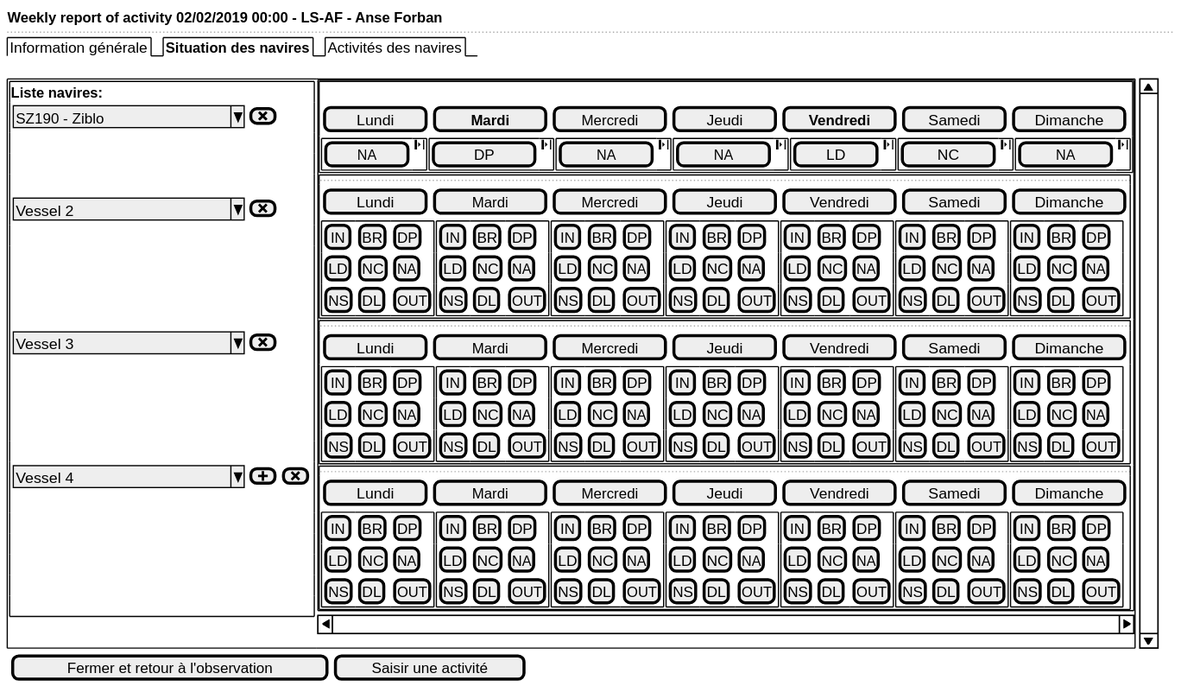
sumaris-net/sumaris-doc keeps this PlantUML diagram as use-case/collect/trip/weekly-ui-situation-desktop.svg. Above is the earlier version. Its source is kept beside it as use-case/collect/trip/weekly-ui-situation-desktop.puml. The source it was exported from:
```plantuml
@startsalt
{
  <b>Weekly report of activity 02/02/2019 00:00 - LS-AF - Anse Forban
  ..
  {/ Information générale | <b>Situation des navires | Activités des navires }
  .
  {SI
      {
      {+
          <b>Liste navires:
          {{ ^SZ190 - Ziblo         ^ | [<&x>]}}
          .
          .
          .
          {{ ^Vessel 2              ^ | [<&x>]}}
          .
          .
          .
          .
          .
          {{ ^Vessel 3              ^ | [<&x>]}}
          .
          .
          .
          .
          .
          {{ ^Vessel 4              ^ | [<&plus>] | [<&x>]}}
          .
          .
          .
          .
          .
          .
      }
      } |
      {S-
          {+
            {
                .
                [Lundi     ] | [<b>Mardi   ] | [Mercredi   ] | [Jeudi     ] | [<b>Vendredi] | [Samedi    ] | [Dimanche   ]
            }
                {
                    {+
                        [NA      ] | <&collapse-right>
                    } |
                    {+
                        [DP        ] | <&collapse-right>
                    } |
                    {+
                        [NA       ] | <&collapse-right>
                    } |
                    {+
                        [NA       ] | <&collapse-right>
                    } |
                    {+
                        [LD      ] | <&collapse-right>
                    } |
                    {+
                        [NC       ] | <&collapse-right>
                    } |
                    {+
                        [NA       ] | <&collapse-right>
                    } |
                }
          }
          {+
            ..
            {
                [Lundi     ] | [   Mardi   ] | [Mercredi   ] | [Jeudi     ] | [   Vendredi] | [Samedi    ] | [Dimanche   ]
            }
                {
                    {+
                        [IN] | [BR] | [DP]
                        [LD] | [NC] | [NA]
                        [NS] | [DL] | [OUT]
                    } |
                    {+
                        [IN] | [BR] | [DP]
                        [LD] | [NC] | [NA]
                        [NS] | [DL] | [OUT]
                    } |
                            {+
                                [IN] | [BR] | [DP]
                                [LD] | [NC] | [NA]
                                [NS] | [DL] | [OUT]
                            } |
                    {+
                        [IN] | [BR] | [DP]
                        [LD] | [NC] | [NA]
                        [NS] | [DL] | [OUT]
                    } |
                    {+
                        [IN] | [BR] | [DP]
                        [LD] | [NC] | [NA]
                        [NS] | [DL] | [OUT]
                    } |
                    {+
                        [IN] | [BR] | [DP]
                        [LD] | [NC] | [NA]
                        [NS] | [DL] | [OUT]
                    } |
                    {+
                        [IN] | [BR] | [DP]
                        [LD] | [NC] | [NA]
                        [NS] | [DL] | [OUT]
                    }
                }
          }
          {+
            ..
            {
                [Lundi     ] | [   Mardi   ] | [Mercredi   ] | [Jeudi     ] | [   Vendredi] | [Samedi    ] | [Dimanche   ]
            }
                {
                    {+
                        [IN] | [BR] | [DP]
                        [LD] | [NC] | [NA]
                        [NS] | [DL] | [OUT]
                    } |
                    {+
                        [IN] | [BR] | [DP]
                        [LD] | [NC] | [NA]
                        [NS] | [DL] | [OUT]
                    } |
                            {+
                                [IN] | [BR] | [DP]
                                [LD] | [NC] | [NA]
                                [NS] | [DL] | [OUT]
                            } |
                    {+
                        [IN] | [BR] | [DP]
                        [LD] | [NC] | [NA]
                        [NS] | [DL] | [OUT]
                    } |
                    {+
                        [IN] | [BR] | [DP]
                        [LD] | [NC] | [NA]
                        [NS] | [DL] | [OUT]
                    } |
                    {+
                        [IN] | [BR] | [DP]
                        [LD] | [NC] | [NA]
                        [NS] | [DL] | [OUT]
                    } |
                    {+
                        [IN] | [BR] | [DP]
                        [LD] | [NC] | [NA]
                        [NS] | [DL] | [OUT]
                    }
                }
          }
          {+
            ..
            {
                [Lundi     ] | [   Mardi   ] | [Mercredi   ] | [Jeudi     ] | [   Vendredi] | [Samedi    ] | [Dimanche   ]
            }
                {
                    {+
                        [IN] | [BR] | [DP]
                        [LD] | [NC] | [NA]
                        [NS] | [DL] | [OUT]
                    } |
                    {+
                        [IN] | [BR] | [DP]
                        [LD] | [NC] | [NA]
                        [NS] | [DL] | [OUT]
                    } |
                            {+
                                [IN] | [BR] | [DP]
                                [LD] | [NC] | [NA]
                                [NS] | [DL] | [OUT]
                            } |
                    {+
                        [IN] | [BR] | [DP]
                        [LD] | [NC] | [NA]
                        [NS] | [DL] | [OUT]
                    } |
                    {+
                        [IN] | [BR] | [DP]
                        [LD] | [NC] | [NA]
                        [NS] | [DL] | [OUT]
                    } |
                    {+
                        [IN] | [BR] | [DP]
                        [LD] | [NC] | [NA]
                        [NS] | [DL] | [OUT]
                    } |
                    {+
                        [IN] | [BR] | [DP]
                        [LD] | [NC] | [NA]
                        [NS] | [DL] | [OUT]
                    }
                }
          }
      }
  }
  {{[Fermer et retour à l'observation] | [Saisir une activité]}}
}
@endsalt
```
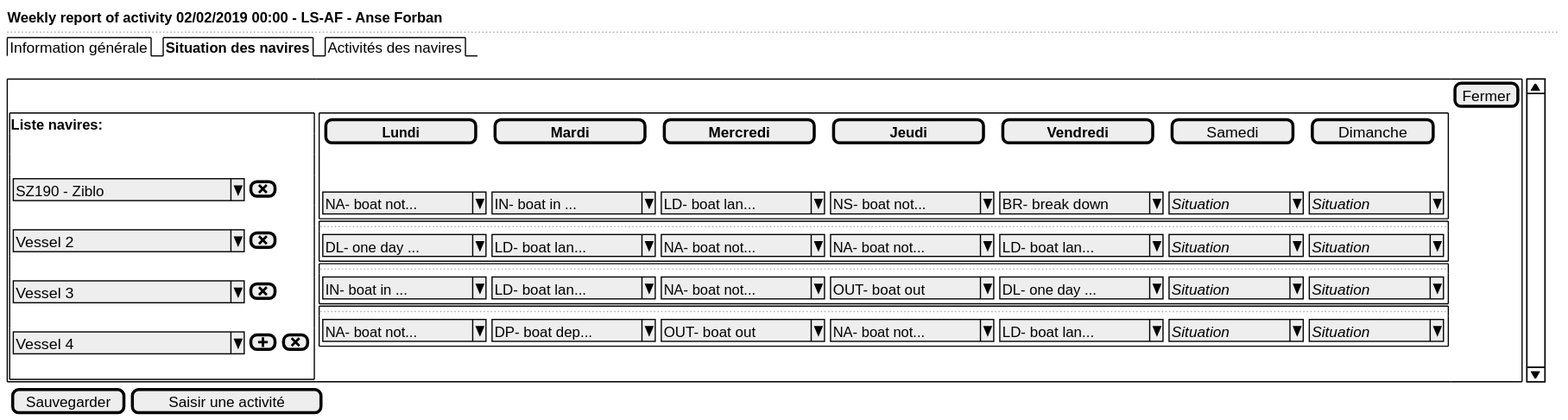
The same diagram one commit later.

Commit message:
updating collect.md and updating weekly situation and weekly activity screens

Diff of the diagram source:
```diff
@@ -4,196 +4,51 @@
   ..
   {/ Information générale | <b>Situation des navires | Activités des navires }
   .
-  {SI
+  {SI .| .| [Fermer]
       {
       {+
           <b>Liste navires:
-          {{ ^SZ190 - Ziblo         ^ | [<&x>]}}
           .
           .
+          {{ ^SZ190 - Ziblo         ^ | [<&x>]}}
           .
           {{ ^Vessel 2              ^ | [<&x>]}}
           .
-          .
-          .
-          .
-          .
           {{ ^Vessel 3              ^ | [<&x>]}}
-          .
-          .
-          .
-          .
           .
           {{ ^Vessel 4              ^ | [<&plus>] | [<&x>]}}
           .
-          .
-          .
-          .
-          .
-          .
       }
       } |
-      {S-
+      {
           {+
             {
+                {[<b>Lundi       ]} | {[<b>Mardi       ]} | {[<b>Mercredi    ]} | {[<b>Jeudi       ]} | {[<b>Vendredi    ]} | {[Samedi      ]} | {[Dimanche    ]}
                 .
-                [Lundi     ] | [<b>Mardi   ] | [Mercredi   ] | [Jeudi     ] | [<b>Vendredi] | [Samedi    ] | [Dimanche   ]
+                .
+                { ^NA- boat not...^} | { ^IN- boat in ...^} | { ^LD- boat lan...^} | { ^NS- boat not...^} | { ^BR- break down ^} | { ^<i>Situation^} | { ^<i>Situation^}
             }
+          }
+          {+
+            ..
                 {
-                    {+
-                        [NA      ] | <&collapse-right>
-                    } |
-                    {+
-                        [DP        ] | <&collapse-right>
-                    } |
-                    {+
-                        [NA       ] | <&collapse-right>
-                    } |
-                    {+
-                        [NA       ] | <&collapse-right>
-                    } |
-                    {+
-                        [LD      ] | <&collapse-right>
-                    } |
-                    {+
-                        [NC       ] | <&collapse-right>
-                    } |
-                    {+
-                        [NA       ] | <&collapse-right>
-                    } |
+                    { ^DL- one day ...^} | { ^LD- boat lan...^} | { ^NA- boat not...^} | { ^NA- boat not...^} | { ^LD- boat lan...^} | { ^<i>Situation^} |  { ^<i>Situation^}
                 }
           }
           {+
             ..
-            {
-                [Lundi     ] | [   Mardi   ] | [Mercredi   ] | [Jeudi     ] | [   Vendredi] | [Samedi    ] | [Dimanche   ]
-            }
                 {
-                    {+
-                        [IN] | [BR] | [DP]
-                        [LD] | [NC] | [NA]
-                        [NS] | [DL] | [OUT]
-                    } |
-                    {+
-                        [IN] | [BR] | [DP]
-                        [LD] | [NC] | [NA]
-                        [NS] | [DL] | [OUT]
-                    } |
-                            {+
-                                [IN] | [BR] | [DP]
-                                [LD] | [NC] | [NA]
-                                [NS] | [DL] | [OUT]
-                            } |
-                    {+
-                        [IN] | [BR] | [DP]
-                        [LD] | [NC] | [NA]
-                        [NS] | [DL] | [OUT]
-                    } |
-                    {+
-                        [IN] | [BR] | [DP]
-                        [LD] | [NC] | [NA]
-                        [NS] | [DL] | [OUT]
-                    } |
-                    {+
-                        [IN] | [BR] | [DP]
-                        [LD] | [NC] | [NA]
-                        [NS] | [DL] | [OUT]
-                    } |
-                    {+
-                        [IN] | [BR] | [DP]
-                        [LD] | [NC] | [NA]
-                        [NS] | [DL] | [OUT]
-                    }
+                    { ^IN- boat in ...^} | { ^LD- boat lan...^} | { ^NA- boat not...^} | { ^OUT- boat out  ^} | { ^DL- one day ...^} | { ^<i>Situation^} |  { ^<i>Situation^}
                 }
           }
           {+
             ..
-            {
-                [Lundi     ] | [   Mardi   ] | [Mercredi   ] | [Jeudi     ] | [   Vendredi] | [Samedi    ] | [Dimanche   ]
-            }
                 {
-                    {+
-                        [IN] | [BR] | [DP]
-                        [LD] | [NC] | [NA]
-                        [NS] | [DL] | [OUT]
-                    } |
-                    {+
-                        [IN] | [BR] | [DP]
-                        [LD] | [NC] | [NA]
-                        [NS] | [DL] | [OUT]
-                    } |
-                            {+
-                                [IN] | [BR] | [DP]
-                                [LD] | [NC] | [NA]
-                                [NS] | [DL] | [OUT]
-                            } |
-                    {+
-                        [IN] | [BR] | [DP]
-                        [LD] | [NC] | [NA]
-                        [NS] | [DL] | [OUT]
-                    } |
-                    {+
-                        [IN] | [BR] | [DP]
-                        [LD] | [NC] | [NA]
-                        [NS] | [DL] | [OUT]
-                    } |
-                    {+
-                        [IN] | [BR] | [DP]
-                        [LD] | [NC] | [NA]
-                        [NS] | [DL] | [OUT]
-                    } |
-                    {+
-                        [IN] | [BR] | [DP]
-                        [LD] | [NC] | [NA]
-                        [NS] | [DL] | [OUT]
-                    }
-                }
-          }
-          {+
-            ..
-            {
-                [Lundi     ] | [   Mardi   ] | [Mercredi   ] | [Jeudi     ] | [   Vendredi] | [Samedi    ] | [Dimanche   ]
-            }
-                {
-                    {+
-                        [IN] | [BR] | [DP]
-                        [LD] | [NC] | [NA]
-                        [NS] | [DL] | [OUT]
-                    } |
-                    {+
-                        [IN] | [BR] | [DP]
-                        [LD] | [NC] | [NA]
-                        [NS] | [DL] | [OUT]
-                    } |
-                            {+
-                                [IN] | [BR] | [DP]
-                                [LD] | [NC] | [NA]
-                                [NS] | [DL] | [OUT]
-                            } |
-                    {+
-                        [IN] | [BR] | [DP]
-                        [LD] | [NC] | [NA]
-                        [NS] | [DL] | [OUT]
-                    } |
-                    {+
-                        [IN] | [BR] | [DP]
-                        [LD] | [NC] | [NA]
-                        [NS] | [DL] | [OUT]
-                    } |
-                    {+
-                        [IN] | [BR] | [DP]
-                        [LD] | [NC] | [NA]
-                        [NS] | [DL] | [OUT]
-                    } |
-                    {+
-                        [IN] | [BR] | [DP]
-                        [LD] | [NC] | [NA]
-                        [NS] | [DL] | [OUT]
-                    }
+                    { ^NA- boat not...^} | { ^DP- boat dep...^} | { ^OUT- boat out  ^} | { ^NA- boat not...^} | { ^LD- boat lan...^} | { ^<i>Situation^} |  { ^<i>Situation^}
                 }
           }
       }
   }
-  {{[Fermer et retour à l'observation] | [Saisir une activité]}}
+  {{[Sauvegarder] | [Saisir une activité]}}
 }
 @endsalt
```
